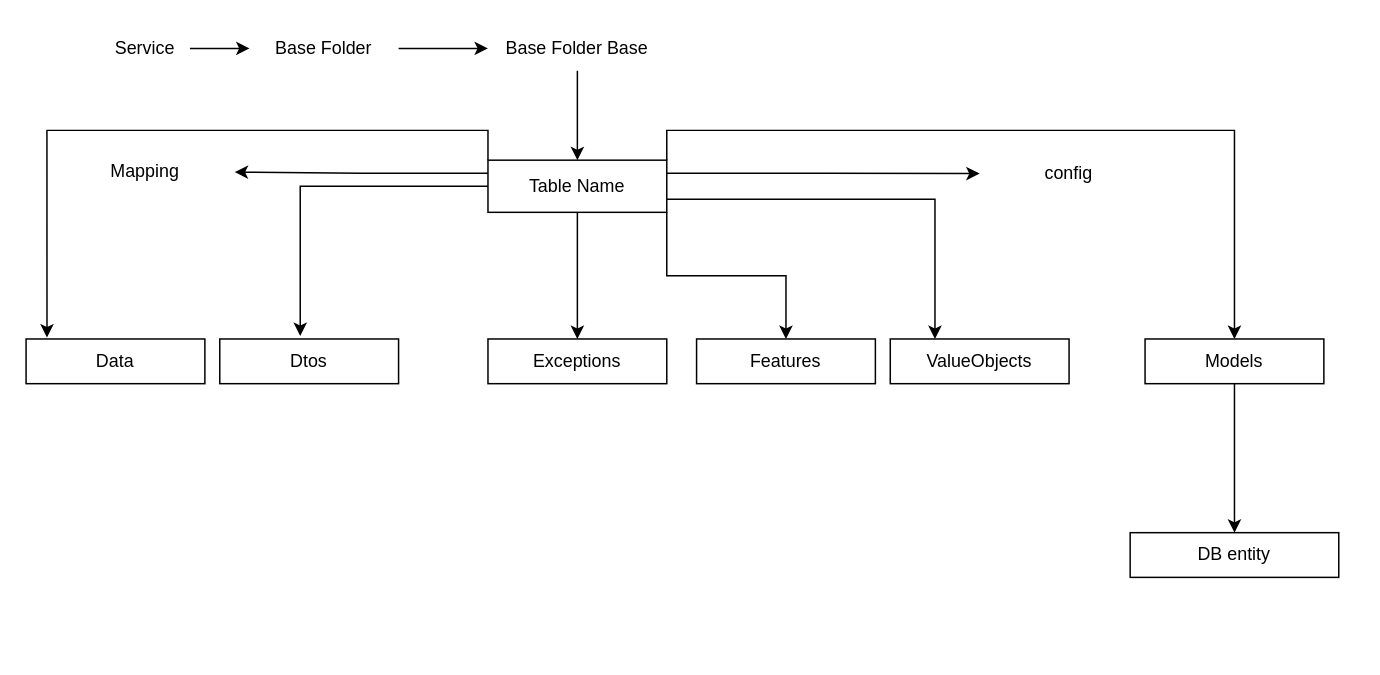
The draw.io diagram SAFE Service structured Diagram.drawio in walidulhasan/UML, before the edit. Source tidied: cells renumbered, new cells numbered last; positions are measured from the earlier drawing's top-left corner, leaving out a move shared by most shapes. Both pictures are drawn from the tidied source at 149%, with x=0, y=0 at pixel (25, 25).
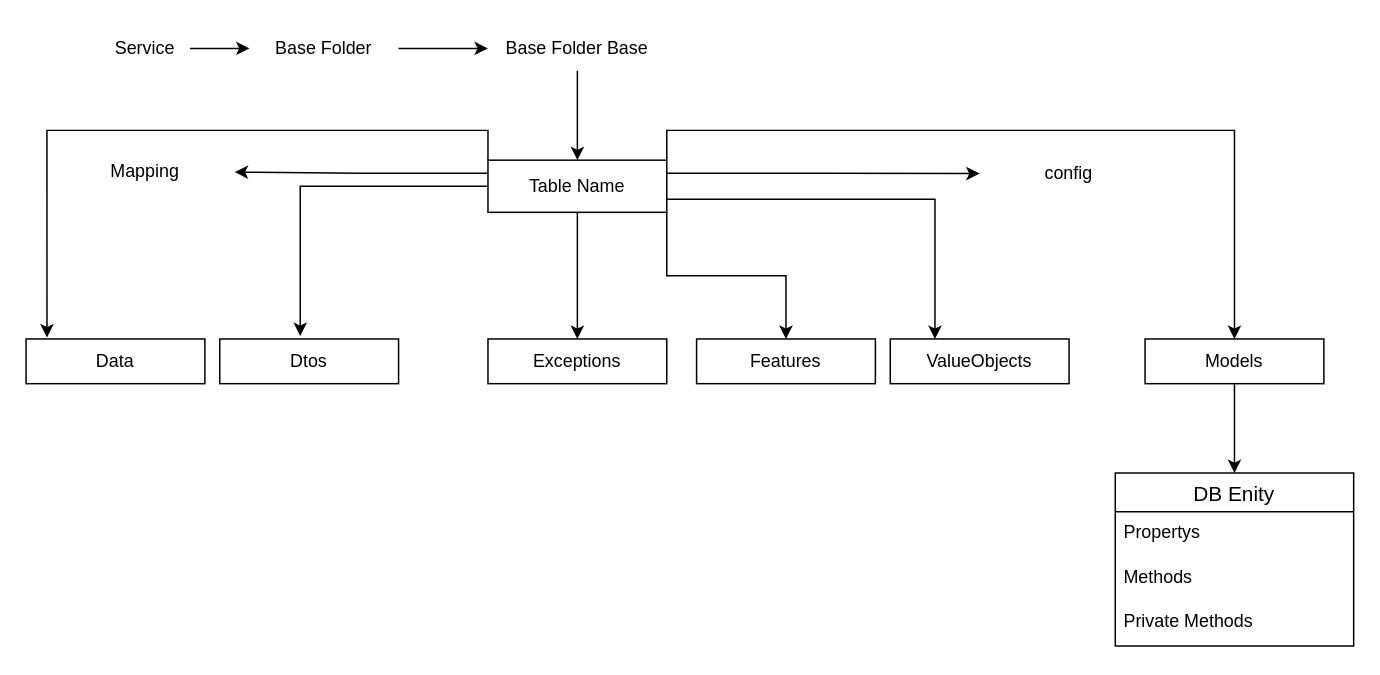
Above is the later version.

The change refers to these unchanged cells:
```xml
<mxCell id="22" value="Models" style="whiteSpace=wrap;html=1;" parent="1" vertex="1">
  <mxGeometry x="751" y="210" width="120" height="30" as="geometry" />
</mxCell>
```

What changed in the source:
```diff
@@
-    <mxCell id="21" style="edgeStyle=orthogonalEdgeStyle;rounded=0;jettySize=auto;html=1;exitX=0.5;exitY=1;exitDx=0;exitDy=0;" parent="1" edge="1" source="22" target="24">
+    <mxCell id="21" style="edgeStyle=orthogonalEdgeStyle;rounded=0;jettySize=auto;html=1;exitX=0.5;exitY=1;exitDx=0;exitDy=0;entryX=0.5;entryY=0;entryDx=0;entryDy=0;" parent="1" edge="1" source="22" target="27">
       <mxGeometry relative="1" as="geometry" />
     </mxCell>
@@
-    <mxCell id="24" value="DB entity" style="whiteSpace=wrap;html=1;" parent="1" vertex="1">
-      <mxGeometry x="741" y="340" width="140" height="30" as="geometry" />
-    </mxCell>
@@
+    <mxCell id="27" value="DB Enity" style="swimlane;fontStyle=0;horizontal=1;startSize=26;align=center;fontSize=14;" parent="1" vertex="1">
+      <mxGeometry x="731" y="300" width="160" height="116" as="geometry" />
+    </mxCell>
+    <mxCell id="28" value="Propertys" style="text;strokeColor=none;fillColor=none;spacingLeft=4;spacingRight=4;overflow=hidden;fontSize=12;" parent="27" vertex="1">
+      <mxGeometry y="26" width="160" height="30" as="geometry" />
+    </mxCell>
+    <mxCell id="29" value="Methods" style="text;strokeColor=none;fillColor=none;spacingLeft=4;spacingRight=4;overflow=hidden;fontSize=12;" parent="27" vertex="1">
+      <mxGeometry y="56" width="160" height="30" as="geometry" />
+    </mxCell>
+    <mxCell id="30" value="Private Methods" style="text;strokeColor=none;fillColor=none;spacingLeft=4;spacingRight=4;overflow=hidden;fontSize=12;" parent="27" vertex="1">
+      <mxGeometry y="86" width="160" height="30" as="geometry" />
+    </mxCell>
```
